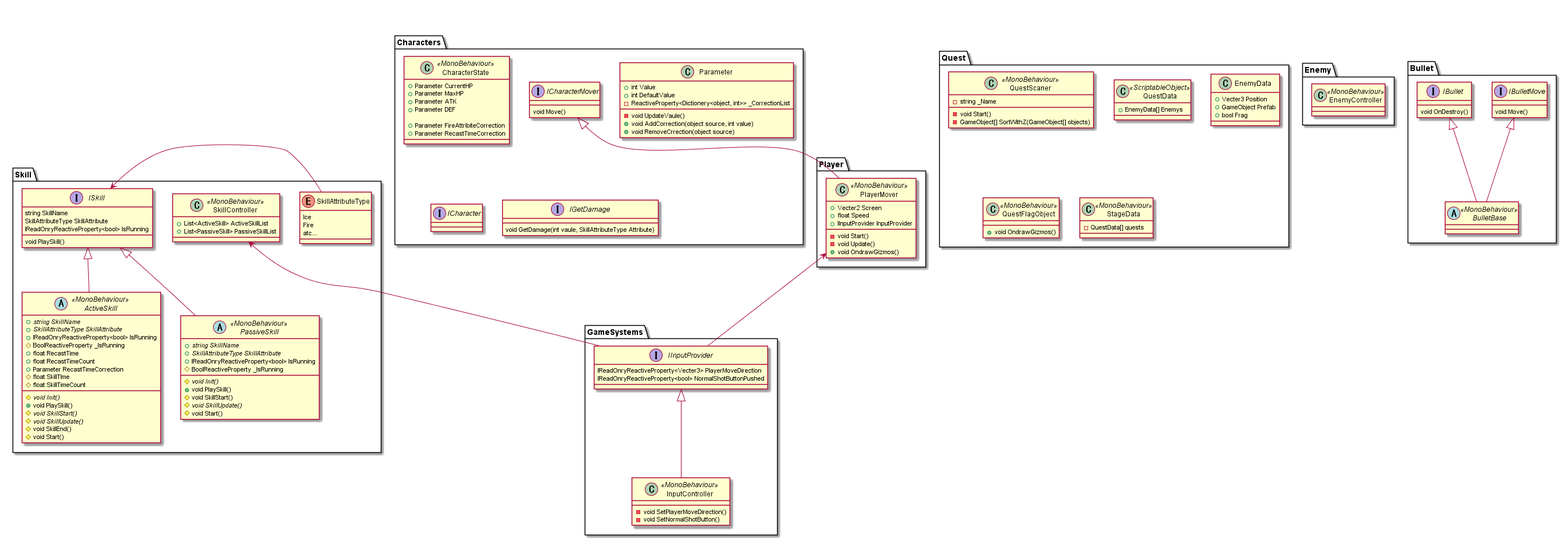
Above: MainSystemClasses.png in somethingshooting/SomethingShooting_Core (PlantUML), before the change.
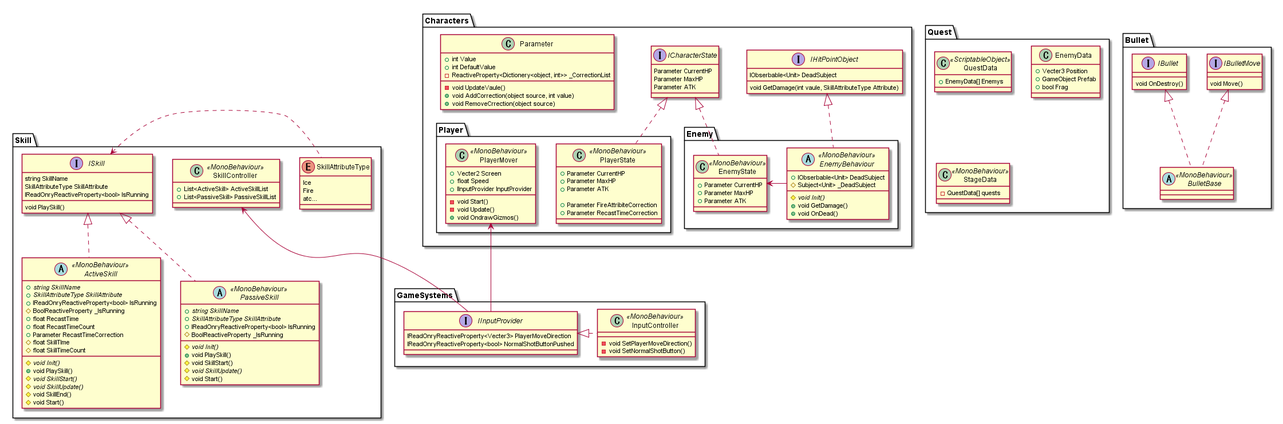
Later version of the same file.

Commit message:
Enemy周りを作成

The edit, as a diff of the source:
```diff
@@ -1,32 +1,58 @@
 @startuml MainSystemClasses
-package Player{
-    class PlayerMover <<MonoBehaviour>>{
-        + Vecter2 Screen
-        + float Speed
-        + IInputProvider InputProvider
+package Characters{
+    package Player{
+        class PlayerState <<MonoBehaviour>>{
+            + Parameter CurrentHP
+            + Parameter MaxHP
+            + Parameter ATK
 
-        - void Start()
-        - void Update()
-        + void OndrawGizmos()
+            + Parameter FireAttribiteCorrection
+            + Parameter RecastTimeCorrection
+        }
+
+        class PlayerMover <<MonoBehaviour>>{
+            + Vecter2 Screen
+            + float Speed
+            + IInputProvider InputProvider
+
+            - void Start()
+            - void Update()
+            + void OndrawGizmos()
+        }
     }
-}
 
-package Enemy{
-    class EnemyController <<MonoBehaviour>>{
+    package Enemy{
+        class EnemyState <<MonoBehaviour>>{
+            + Parameter CurrentHP
+            + Parameter MaxHP
+            + Parameter ATK
+        }
 
+        abstract EnemyBehaviour <<MonoBehaviour>>{
+            + IObserbable<Unit> DeadSubject
+            # Subject<Unit> _DeadSubject
+
+            # {abstract} void Init()
+            + void GetDamage()
+            + void OnDead()
+        }
+        EnemyState <- EnemyBehaviour
     }
-}
 
-package Characters{
-    class CharacterState <<MonoBehaviour>>{
-        + Parameter CurrentHP
-        + Parameter MaxHP
-        + Parameter ATK
-        + Parameter DEF
+    interface IHitPointObject{
+        IObserbable<Unit> DeadSubject
 
-        + Parameter FireAttribiteCorrection
-        + Parameter RecastTimeCorrection
+        void GetDamage(int vaule, SkillAttributeType Attribute)
     }
+    IHitPointObject <|.. EnemyBehaviour
+
+    interface ICharacterState{
+        Parameter CurrentHP
+        Parameter MaxHP
+        Parameter ATK
+    }
+    ICharacterState <|.. PlayerState
+    ICharacterState <|.. EnemyState
 
     class Parameter{
         + int Value
@@ -36,19 +62,6 @@
         - void UpdateVaule()
         + void AddCorrection(object source, int value)
         + void RemoveCrrection(object source)
-    }
-
-    interface ICharacterMover{
-        void Move()
-    }
-    ICharacterMover <|-- PlayerMover
-
-    interface ICharacter{
-
-    }
-
-    interface IGetDamage{
-        void GetDamage(int vaule, SkillAttributeType Attribute)
     }
 }
 
@@ -60,12 +73,12 @@
     interface IBulletMove{
         void Move()
     }
-    IBulletMove <|-- BulletBase
+    IBulletMove <|.. BulletBase
 
     interface IBullet{
         void OnDestroy()
     }
-    IBullet <|-- BulletBase
+    IBullet <|.. BulletBase
 }
 
 package Skill{
@@ -111,7 +124,7 @@
         Fire
         atc...
     }
-    ISkill <- SkillAttributeType
+    ISkill <. SkillAttributeType
 
     interface ISkill{
         string SkillName
@@ -120,8 +133,8 @@
 
         void PlaySkill()
     }
-    ISkill <|-- ActiveSkill
-    ISkill <|-- PassiveSkill
+    ISkill <|.. ActiveSkill
+    ISkill <|.. PassiveSkill
 }
 
 package GameSystems{
@@ -129,7 +142,7 @@
         - void SetPlayerMoveDirection()
         - void SetNormalShotButton()
     }
-    IInputProvider <|-down- InputController
+    IInputProvider <|. InputController
 
     interface IInputProvider{
         IReadOnryReactiveProperty<Vecter3> PlayerMoveDirection
@@ -140,13 +153,6 @@
 }
 
 package Quest{
-    class QuestScaner <<MonoBehaviour>>{
-        - string _Name
-
-        - void Start()
-        - GameObject[] SortWithZ(GameObject[] objects)
-    }
-
     class QuestData <<ScriptableObject>>{
         + EnemyData[] Enemys
     }
@@ -157,10 +163,6 @@
         + bool Frag
     }
 
-    class QuestFlagObject <<MonoBehaviour>>{
-        + void OndrawGizmos()
-    }
-
     class StageData <<MonoBehaviour>>{
         - QuestData[] quests
     }
```
